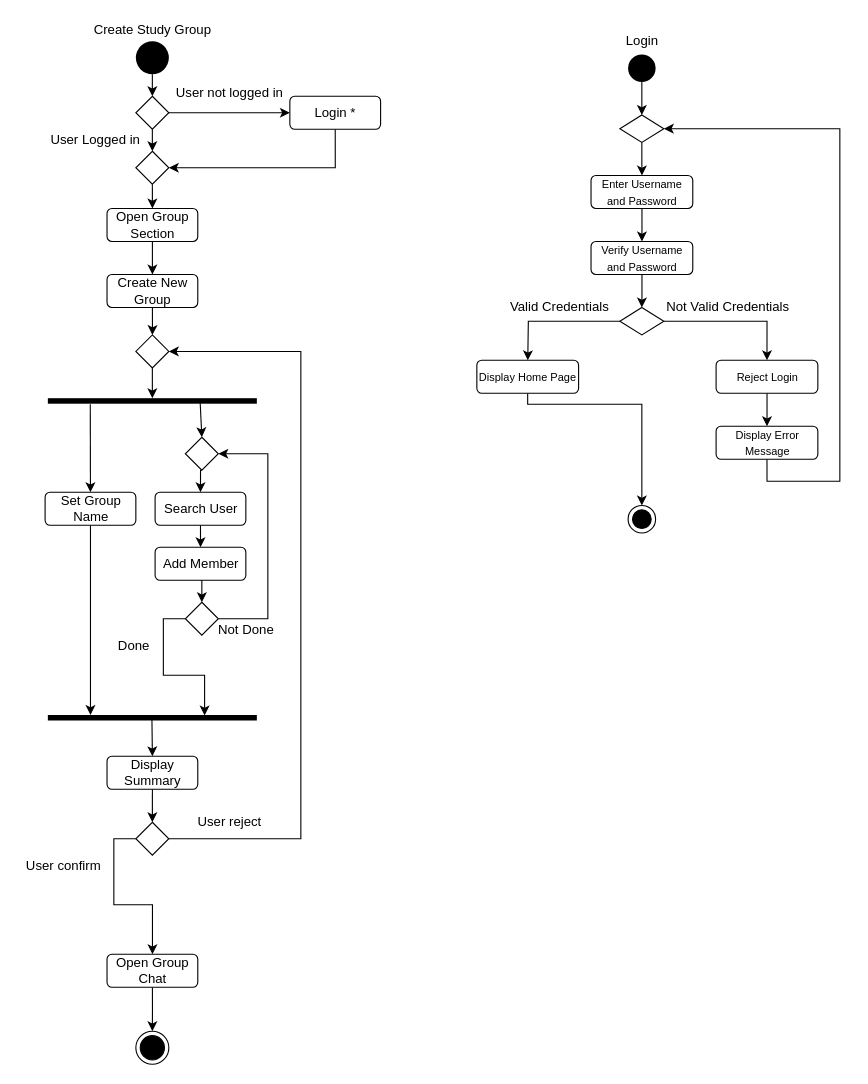
nic-agos/DoveStudi keeps this draw.io diagram as Deliverables/Activity Diagram/Dalena Create Study Group Activity Diagram.drawio. Above is the earlier version. Source tidied: cells renumbered, new cells numbered last; positions are measured from the earlier drawing's top-left corner, leaving out a move shared by most shapes. Both pictures are drawn from the tidied source at 110%, with x=0, y=0 at pixel (19, 19).
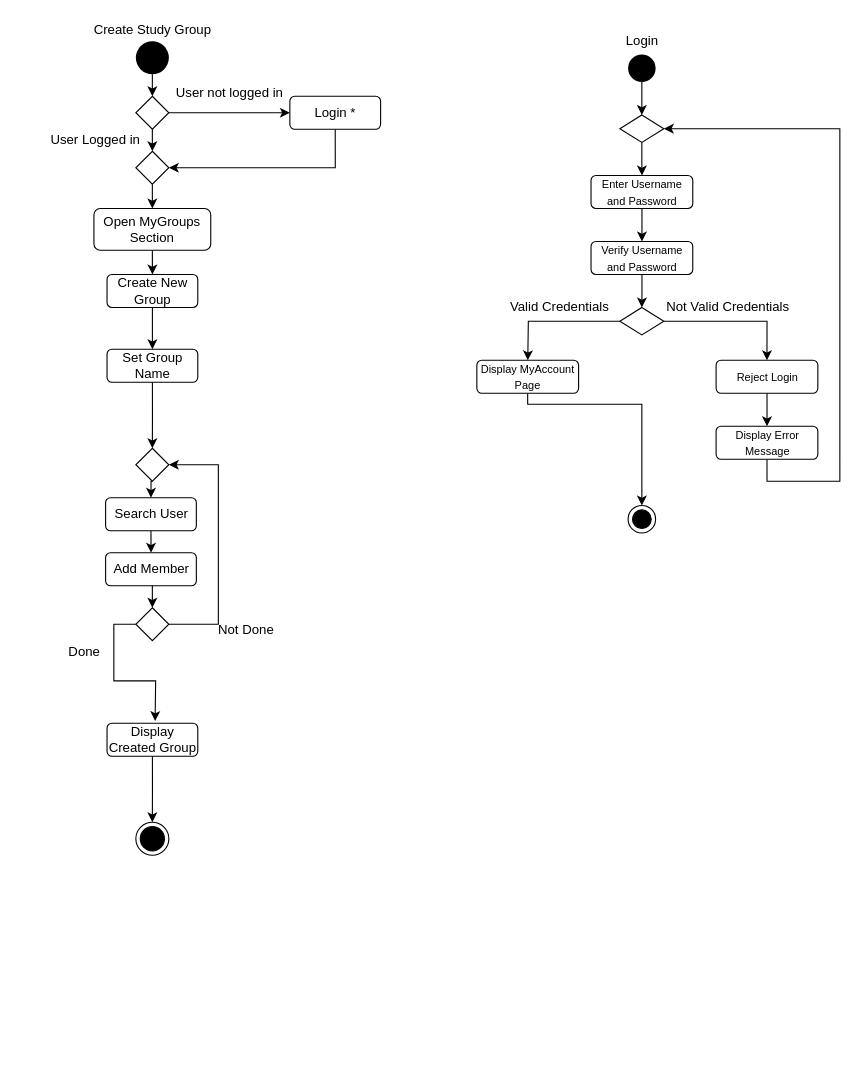
The same diagram, later.

Unchanged cells that the change refers to:
```xml
<mxCell id="27" value="Create New Group" style="rounded=1;whiteSpace=wrap;html=1;" parent="1" vertex="1">
  <mxGeometry x="79.8" y="232" width="82.5" height="30" as="geometry" />
</mxCell>
```

The edit, as a diff of the source:
```diff
@@
-    <mxCell id="23" value="&lt;span style=&quot;font-size: 10px&quot;&gt;Display Home Page&lt;/span&gt;" style="rounded=1;whiteSpace=wrap;html=1;strokeWidth=1;" parent="1" vertex="1">
+    <mxCell id="23" value="&lt;span style=&quot;font-size: 10px&quot;&gt;Display MyAccount Page&lt;/span&gt;" style="rounded=1;whiteSpace=wrap;html=1;strokeWidth=1;" parent="1" vertex="1">
       <mxGeometry x="416" y="310" width="92.5" height="30" as="geometry" />
     </mxCell>
@@
-    <mxCell id="25" value="Open Group Section" style="rounded=1;whiteSpace=wrap;html=1;" parent="1" vertex="1">
-      <mxGeometry x="79.8" y="172" width="82.5" height="30" as="geometry" />
+    <mxCell id="25" value="Open MyGroups Section" style="rounded=1;whiteSpace=wrap;html=1;" parent="1" vertex="1">
+      <mxGeometry x="67.9" y="172" width="106.2" height="38" as="geometry" />
     </mxCell>
-    <mxCell id="26" style="edgeStyle=orthogonalEdgeStyle;rounded=0;jettySize=auto;html=1;exitX=0.5;exitY=1;exitDx=0;exitDy=0;" parent="1" edge="1" source="56">
-      <mxGeometry relative="1" as="geometry">
-        <mxPoint x="121" y="300" as="targetPoint" />
-      </mxGeometry>
-    </mxCell>
@@
-    <mxCell id="28" style="html=1;points=[];perimeter=orthogonalPerimeter;fillColor=#000000;strokeColor=none;rotation=90;" parent="1" vertex="1">
-      <mxGeometry x="118.5" y="252" width="5" height="190" as="geometry" />
-    </mxCell>
-    <mxCell id="29" style="html=1;points=[];perimeter=orthogonalPerimeter;fillColor=#000000;strokeColor=none;rotation=90;" parent="1" vertex="1">
-      <mxGeometry x="118.5" y="540" width="5" height="190" as="geometry" />
-    </mxCell>
-    <mxCell id="30" style="edgeStyle=orthogonalEdgeStyle;rounded=0;jettySize=auto;html=1;exitX=0.5;exitY=1;exitDx=0;exitDy=0;entryX=0;entryY=0.796;entryDx=0;entryDy=0;entryPerimeter=0;" parent="1" edge="1" source="31" target="29">
-      <mxGeometry relative="1" as="geometry" />
-    </mxCell>
+    <mxCell id="70" style="edgeStyle=orthogonalEdgeStyle;rounded=0;jettySize=auto;html=1;exitX=0.5;exitY=1;exitDx=0;exitDy=0;entryX=0.5;entryY=0;entryDx=0;entryDy=0;" parent="1" edge="1" source="31" target="55">
+      <mxGeometry relative="1" as="geometry" />
+    </mxCell>
     <mxCell id="31" value="Set Group Name" style="rounded=1;whiteSpace=wrap;html=1;" parent="1" vertex="1">
-      <mxGeometry x="23.5" y="430" width="82.5" height="30" as="geometry" />
+      <mxGeometry x="79.8" y="300" width="82.5" height="30" as="geometry" />
     </mxCell>
@@
     <mxCell id="33" value="Search User" style="rounded=1;whiteSpace=wrap;html=1;" parent="1" vertex="1">
-      <mxGeometry x="123.5" y="430" width="82.5" height="30" as="geometry" />
+      <mxGeometry x="78.5" y="435" width="82.5" height="30" as="geometry" />
     </mxCell>
     <mxCell id="34" style="edgeStyle=orthogonalEdgeStyle;rounded=0;jettySize=auto;html=1;exitX=0.5;exitY=1;exitDx=0;exitDy=0;" parent="1" edge="1" source="35">
       <mxGeometry relative="1" as="geometry">
-        <mxPoint x="166" y="530" as="targetPoint" />
+        <mxPoint x="121" y="535" as="targetPoint" />
         <Array as="points">
-          <mxPoint x="166" y="490" />
+          <mxPoint x="121" y="495" />
         </Array>
       </mxGeometry>
     </mxCell>
     <mxCell id="35" value="Add Member" style="rounded=1;whiteSpace=wrap;html=1;" parent="1" vertex="1">
-      <mxGeometry x="123.5" y="480" width="82.5" height="30" as="geometry" />
+      <mxGeometry x="78.5" y="485" width="82.5" height="30" as="geometry" />
     </mxCell>
-    <mxCell id="36" style="endArrow=classic;html=1;exitX=1.106;exitY=0.797;exitDx=0;exitDy=0;exitPerimeter=0;" parent="1" edge="1" source="28" target="31">
-      <mxGeometry relative="1" as="geometry" />
-    </mxCell>
-    <mxCell id="37" style="endArrow=classic;html=1;exitX=0.916;exitY=0.271;exitDx=0;exitDy=0;exitPerimeter=0;entryX=0.5;entryY=0;entryDx=0;entryDy=0;" parent="1" edge="1" source="28" target="55">
-      <mxGeometry relative="1" as="geometry" />
-    </mxCell>
     <mxCell id="38" style="ellipse;html=1;shape=endState;fillColor=#000000;strokeColor=#000000;" parent="1" vertex="1">
-      <mxGeometry x="106" y="920" width="30" height="30" as="geometry" />
+      <mxGeometry x="106" y="730" width="30" height="30" as="geometry" />
     </mxCell>
-    <mxCell id="39" style="edgeStyle=orthogonalEdgeStyle;rounded=0;jettySize=auto;html=1;exitX=0.5;exitY=1;exitDx=0;exitDy=0;entryX=0.5;entryY=0;entryDx=0;entryDy=0;" parent="1" edge="1" source="40" target="44">
-      <mxGeometry relative="1" as="geometry" />
+    <mxCell id="39" style="edgeStyle=orthogonalEdgeStyle;rounded=0;jettySize=auto;html=1;exitX=0.5;exitY=1;exitDx=0;exitDy=0;entryX=0.5;entryY=0;entryDx=0;entryDy=0;" parent="1" edge="1" source="40">
+      <mxGeometry relative="1" as="geometry">
+        <mxPoint x="121" y="730" as="targetPoint" />
+      </mxGeometry>
     </mxCell>
-    <mxCell id="40" value="Display Summary" style="rounded=1;whiteSpace=wrap;html=1;" parent="1" vertex="1">
-      <mxGeometry x="79.8" y="670" width="82.5" height="30" as="geometry" />
+    <mxCell id="40" value="Display Created Group" style="rounded=1;whiteSpace=wrap;html=1;" parent="1" vertex="1">
+      <mxGeometry x="79.8" y="640" width="82.5" height="30" as="geometry" />
     </mxCell>
-    <mxCell id="41" style="endArrow=classic;html=1;exitX=0.75;exitY=0.502;exitDx=0;exitDy=0;exitPerimeter=0;entryX=0.5;entryY=0;entryDx=0;entryDy=0;" parent="1" edge="1" source="29" target="40">
-      <mxGeometry relative="1" as="geometry" />
-    </mxCell>
-    <mxCell id="42" style="edgeStyle=orthogonalEdgeStyle;rounded=0;jettySize=auto;html=1;exitX=1;exitY=0.5;exitDx=0;exitDy=0;entryX=1;entryY=0.5;entryDx=0;entryDy=0;" parent="1" edge="1" source="44" target="56">
-      <mxGeometry relative="1" as="geometry">
-        <Array as="points">
-          <mxPoint x="256" y="745" />
-          <mxPoint x="256" y="302" />
-        </Array>
-      </mxGeometry>
-    </mxCell>
-    <mxCell id="43" style="edgeStyle=orthogonalEdgeStyle;rounded=0;jettySize=auto;html=1;exitX=0;exitY=0.5;exitDx=0;exitDy=0;" parent="1" edge="1" source="44" target="49">
-      <mxGeometry relative="1" as="geometry" />
-    </mxCell>
-    <mxCell id="44" style="rhombus;" parent="1" vertex="1">
-      <mxGeometry x="106" y="730" width="30" height="30" as="geometry" />
-    </mxCell>
-    <mxCell id="45" style="edgeStyle=orthogonalEdgeStyle;rounded=0;jettySize=auto;html=1;exitX=0.5;exitY=1;exitDx=0;exitDy=0;" parent="1" edge="1" source="56" target="28">
-      <mxGeometry relative="1" as="geometry" />
-    </mxCell>
-    <mxCell id="46" value="User reject" style="text;html=1;align=center;verticalAlign=middle;" parent="1" vertex="1">
-      <mxGeometry x="156" y="720" width="70" height="20" as="geometry" />
-    </mxCell>
-    <mxCell id="47" value="User confirm" style="text;html=1;align=center;verticalAlign=middle;" parent="1" vertex="1">
-      <mxGeometry x="-0.2" y="760" width="80" height="20" as="geometry" />
-    </mxCell>
-    <mxCell id="48" style="edgeStyle=orthogonalEdgeStyle;rounded=0;jettySize=auto;html=1;exitX=0.5;exitY=1;exitDx=0;exitDy=0;" parent="1" edge="1" source="49" target="38">
-      <mxGeometry relative="1" as="geometry" />
-    </mxCell>
-    <mxCell id="49" value="Open Group Chat" style="rounded=1;whiteSpace=wrap;html=1;" parent="1" vertex="1">
-      <mxGeometry x="79.8" y="850" width="82.5" height="30" as="geometry" />
-    </mxCell>
-    <mxCell id="50" style="edgeStyle=orthogonalEdgeStyle;rounded=0;jettySize=auto;html=1;exitX=0;exitY=0.5;exitDx=0;exitDy=0;entryX=0.092;entryY=0.25;entryDx=0;entryDy=0;entryPerimeter=0;" parent="1" edge="1" source="52" target="29">
-      <mxGeometry relative="1" as="geometry" />
+    <mxCell id="50" style="edgeStyle=orthogonalEdgeStyle;rounded=0;jettySize=auto;html=1;exitX=0;exitY=0.5;exitDx=0;exitDy=0;entryX=0.092;entryY=0.25;entryDx=0;entryDy=0;entryPerimeter=0;" parent="1" edge="1" source="52">
+      <mxGeometry relative="1" as="geometry">
+        <mxPoint x="123.5" y="638" as="targetPoint" />
+      </mxGeometry>
     </mxCell>
     <mxCell id="51" style="edgeStyle=orthogonalEdgeStyle;rounded=0;jettySize=auto;html=1;exitX=1;exitY=0.5;exitDx=0;exitDy=0;entryX=1;entryY=0.5;entryDx=0;entryDy=0;" parent="1" edge="1" source="52" target="55">
       <mxGeometry relative="1" as="geometry">
         <Array as="points">
-          <mxPoint x="226" y="545" />
-          <mxPoint x="226" y="395" />
+          <mxPoint x="181" y="550" />
+          <mxPoint x="181" y="405" />
         </Array>
       </mxGeometry>
     </mxCell>
     <mxCell id="52" style="rhombus;" parent="1" vertex="1">
-      <mxGeometry x="151" y="530" width="30" height="30" as="geometry" />
+      <mxGeometry x="106" y="535" width="30" height="30" as="geometry" />
     </mxCell>
     <mxCell id="53" value="Done" style="text;html=1;align=center;verticalAlign=middle;" parent="1" vertex="1">
-      <mxGeometry x="83.5" y="560" width="40" height="20" as="geometry" />
+      <mxGeometry x="38.5" y="565" width="40" height="20" as="geometry" />
     </mxCell>
@@
     <mxCell id="55" style="rhombus;" parent="1" vertex="1">
-      <mxGeometry x="151" y="380" width="30" height="30" as="geometry" />
+      <mxGeometry x="106" y="390" width="30" height="30" as="geometry" />
     </mxCell>
-    <mxCell id="56" style="rhombus;" parent="1" vertex="1">
-      <mxGeometry x="106" y="287" width="30" height="30" as="geometry" />
-    </mxCell>
-    <mxCell id="57" style="edgeStyle=orthogonalEdgeStyle;rounded=0;jettySize=auto;html=1;exitX=0.5;exitY=1;exitDx=0;exitDy=0;" parent="1" edge="1" source="27" target="56">
+    <mxCell id="57" style="edgeStyle=orthogonalEdgeStyle;rounded=0;jettySize=auto;html=1;exitX=0.5;exitY=1;exitDx=0;exitDy=0;entryX=0.5;entryY=0;entryDx=0;entryDy=0;" parent="1" edge="1" source="27" target="31">
       <mxGeometry relative="1" as="geometry" />
     </mxCell>
```
